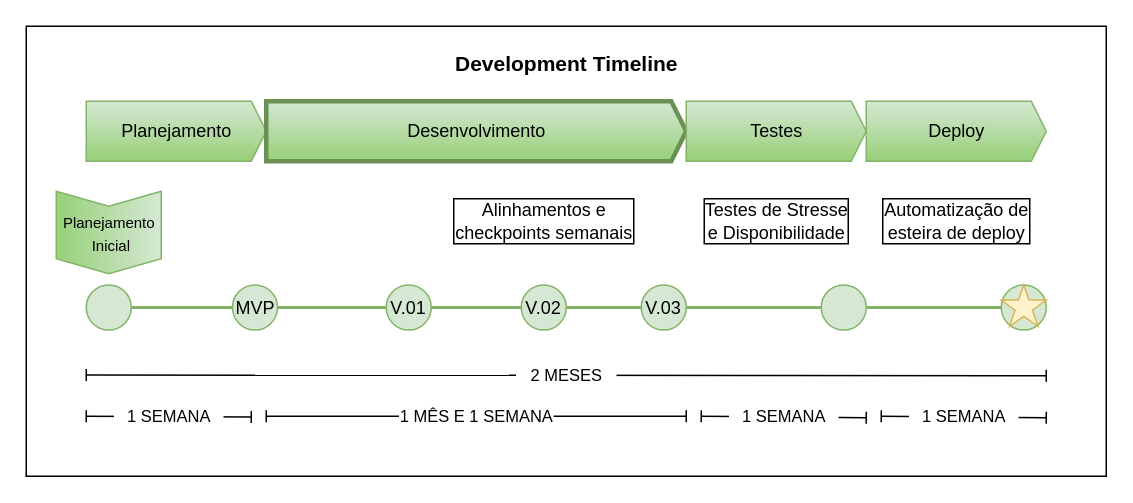
Above: development timeline.drawio in ArturArtimonte/diagrans (draw.io), before the change. Source tidied: cells renumbered, new cells numbered last; positions are measured from the earlier drawing's top-left corner, leaving out a move shared by most shapes. Both pictures are drawn from the tidied source at 150%, with x=0, y=0 at pixel (26, 26).
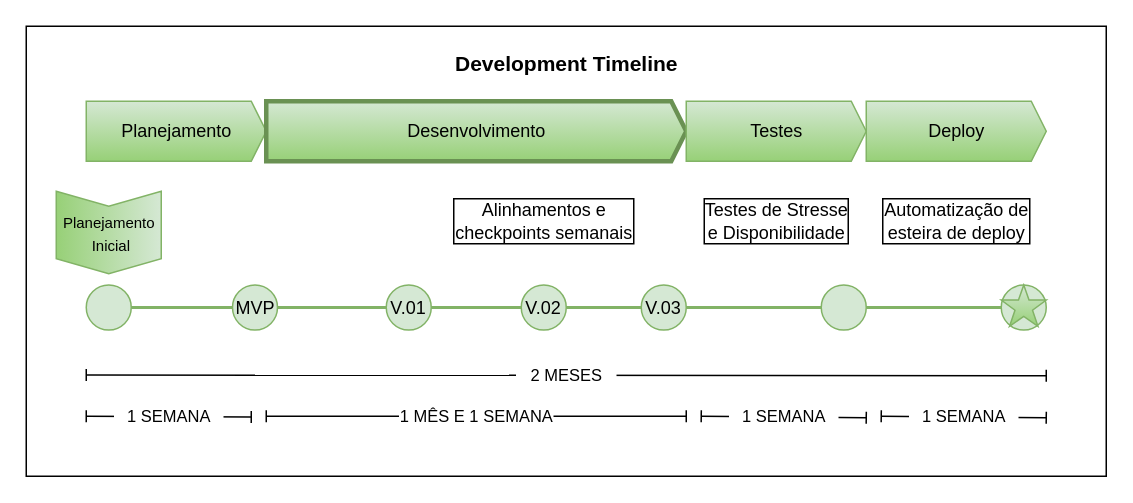
The same diagram, later.

The edit, as a diff of the source:
```diff
@@
-    <mxCell id="23" style="verticalLabelPosition=bottom;verticalAlign=top;html=1;shape=mxgraph.basic.star;fillColor=#fff2cc;strokeColor=#d6b656;" parent="1" vertex="1">
+    <mxCell id="23" style="verticalLabelPosition=bottom;verticalAlign=top;html=1;shape=mxgraph.basic.star;fillColor=#d5e8d4;strokeColor=#82b366;gradientColor=#97d077;" parent="1" vertex="1">
       <mxGeometry x="650" y="172.5" width="30" height="27.5" as="geometry" />
     </mxCell>
```
